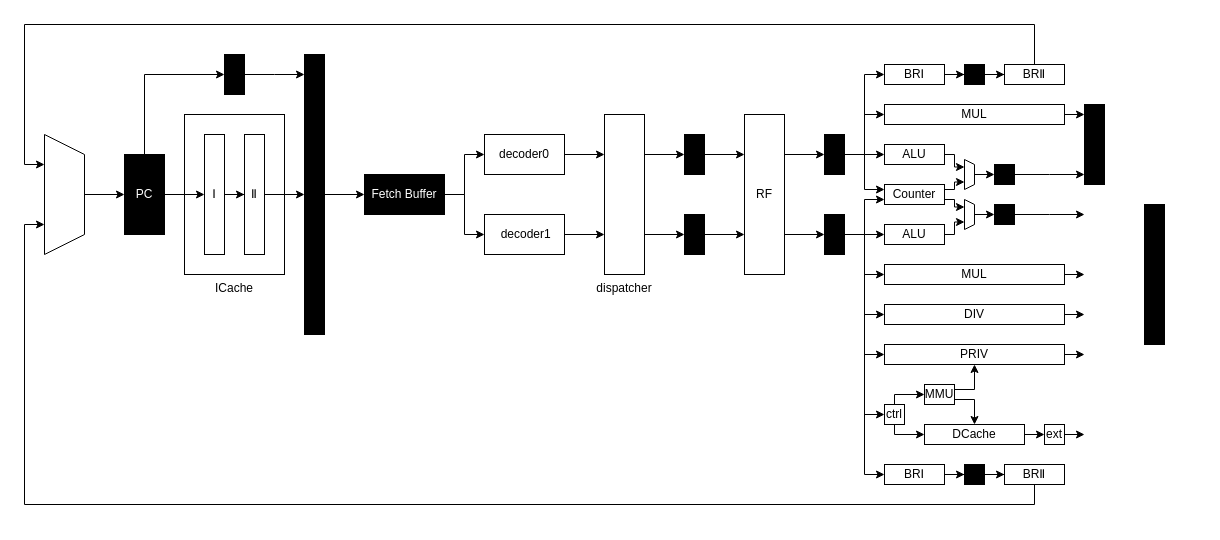
This is 未命名绘图4.drawio from caochenrui/Draw.io, a draw.io file, before an edit. Source tidied: cells renumbered, new cells numbered last; positions are measured from the earlier drawing's top-left corner, leaving out a move shared by most shapes. Both pictures are drawn from the tidied source at 100%, with x=0, y=0 at pixel (4, 24).
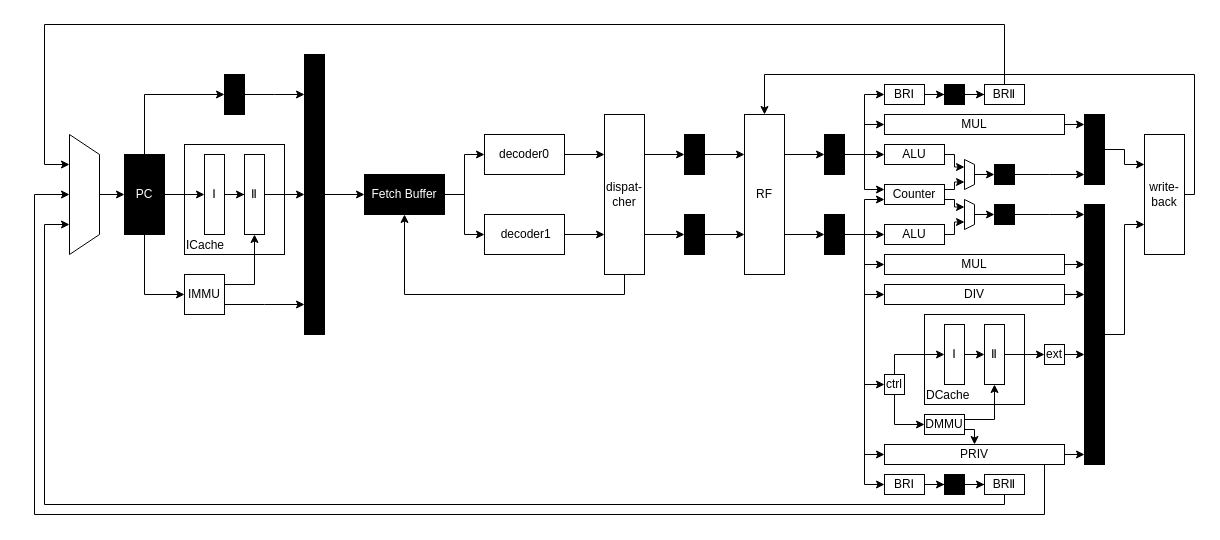
The same page after the edit.

Commit message (it also covers changes not shown here):
更新未命名绘图4.drawio

Unchanged cells that the change refers to:
```xml
<mxCell id="6" value="PC" style="rounded=0;whiteSpace=wrap;html=1;fillColor=#000000;fontColor=#FFFFFF;" parent="1" vertex="1">
  <mxGeometry x="120" y="130" width="40" height="80" as="geometry" />
</mxCell>
<mxCell id="16" value="Fetch Buffer" style="whiteSpace=wrap;html=1;fillColor=#000000;rounded=0;fontColor=#FFFFFF;" parent="1" vertex="1">
  <mxGeometry x="360" y="150" width="80" height="40" as="geometry" />
</mxCell>
<mxCell id="30" value="RF" style="rounded=0;whiteSpace=wrap;html=1;" parent="1" vertex="1">
  <mxGeometry x="740" y="90" width="40" height="160" as="geometry" />
</mxCell>
<mxCell id="43" style="whiteSpace=wrap;html=1;fillColor=#000000;fontColor=default;rounded=0;" parent="1" vertex="1">
  <mxGeometry x="820" y="190" width="20" height="40" as="geometry" />
</mxCell>
```

What changed in the source:
```diff
@@
     <mxCell id="3" style="shape=trapezoid;perimeter=trapezoidPerimeter;whiteSpace=wrap;html=1;fixedSize=1;rotation=90;" parent="1" vertex="1">
-      <mxGeometry y="150" width="120" height="40" as="geometry" />
+      <mxGeometry x="20" y="155" width="120" height="30" as="geometry" />
     </mxCell>
@@
+    <mxCell id="93" style="edgeStyle=orthogonalEdgeStyle;rounded=0;jettySize=auto;html=1;exitX=0.5;exitY=1;exitDx=0;exitDy=0;entryX=0;entryY=0.5;entryDx=0;entryDy=0;" parent="1" edge="1" source="6" target="104">
+      <mxGeometry relative="1" as="geometry" />
+    </mxCell>
-    <mxCell id="5" style="edgeStyle=orthogonalEdgeStyle;rounded=0;jettySize=auto;html=1;exitX=0.5;exitY=0;exitDx=0;exitDy=0;" parent="1" edge="1" source="6" target="90">
-      <mxGeometry relative="1" as="geometry">
-        <Array as="points">
-          <mxPoint x="140" y="50" />
-        </Array>
-      </mxGeometry>
+    <mxCell id="5" style="edgeStyle=orthogonalEdgeStyle;rounded=0;jettySize=auto;html=1;exitX=0.5;exitY=0;exitDx=0;exitDy=0;entryX=0;entryY=0.5;entryDx=0;entryDy=0;" parent="1" edge="1" source="6" target="90">
+      <mxGeometry relative="1" as="geometry" />
     </mxCell>
@@
-    <mxCell id="7" value="ICache" style="rounded=0;whiteSpace=wrap;html=1;fillColor=none;fontColor=default;labelBackgroundColor=none;labelPosition=center;verticalLabelPosition=bottom;align=center;verticalAlign=top;" parent="1" vertex="1">
-      <mxGeometry x="180" y="90" width="100" height="160" as="geometry" />
+    <mxCell id="7" value="ICache" style="rounded=0;whiteSpace=wrap;html=1;fillColor=none;fontColor=default;labelBackgroundColor=none;labelPosition=center;verticalLabelPosition=middle;align=left;verticalAlign=bottom;" parent="1" vertex="1">
+      <mxGeometry x="180" y="120" width="100" height="110" as="geometry" />
     </mxCell>
@@
     <mxCell id="9" value="Ⅰ" style="whiteSpace=wrap;html=1;fillColor=default;fontColor=default;rounded=0;" parent="1" vertex="1">
-      <mxGeometry x="200" y="110" width="20" height="120" as="geometry" />
+      <mxGeometry x="200" y="130" width="20" height="80" as="geometry" />
     </mxCell>
@@
     <mxCell id="11" value="Ⅱ" style="whiteSpace=wrap;html=1;fillColor=default;fontColor=default;rounded=0;" parent="1" vertex="1">
-      <mxGeometry x="240" y="110" width="20" height="120" as="geometry" />
+      <mxGeometry x="240" y="130" width="20" height="80" as="geometry" />
     </mxCell>
@@
+    <mxCell id="94" style="edgeStyle=orthogonalEdgeStyle;rounded=0;jettySize=auto;html=1;exitX=0.5;exitY=1;exitDx=0;exitDy=0;entryX=0.5;entryY=1;entryDx=0;entryDy=0;" parent="1" edge="1" source="23" target="16">
+      <mxGeometry relative="1" as="geometry" />
+    </mxCell>
-    <mxCell id="23" value="dispatcher" style="whiteSpace=wrap;html=1;rounded=0;labelPosition=center;verticalLabelPosition=bottom;align=center;verticalAlign=top;" parent="1" vertex="1">
+    <mxCell id="23" value="dispat-&lt;br&gt;cher" style="whiteSpace=wrap;html=1;rounded=0;labelPosition=center;verticalLabelPosition=middle;align=center;verticalAlign=middle;" parent="1" vertex="1">
       <mxGeometry x="600" y="90" width="40" height="160" as="geometry" />
     </mxCell>
@@
-    <mxCell id="41" style="edgeStyle=orthogonalEdgeStyle;rounded=0;jettySize=auto;html=1;exitX=1;exitY=0.5;exitDx=0;exitDy=0;" parent="1" edge="1" source="43">
-      <mxGeometry relative="1" as="geometry">
-        <mxPoint x="880" y="390" as="targetPoint" />
-        <Array as="points">
-          <mxPoint x="860" y="210" />
-          <mxPoint x="860" y="390" />
-        </Array>
-      </mxGeometry>
-    </mxCell>
@@
+    <mxCell id="95" style="edgeStyle=orthogonalEdgeStyle;rounded=0;jettySize=auto;html=1;exitX=1;exitY=0.5;exitDx=0;exitDy=0;entryX=0;entryY=0.5;entryDx=0;entryDy=0;" parent="1" edge="1" source="43" target="88">
+      <mxGeometry relative="1" as="geometry" />
+    </mxCell>
@@
     <mxCell id="47" value="BRⅠ" style="rounded=0;whiteSpace=wrap;html=1;" parent="1" vertex="1">
-      <mxGeometry x="880" y="40" width="60" height="20" as="geometry" />
+      <mxGeometry x="880" y="60" width="40" height="20" as="geometry" />
     </mxCell>
@@
     <mxCell id="51" style="whiteSpace=wrap;html=1;fillColor=#000000;fontColor=default;rounded=0;" parent="1" vertex="1">
-      <mxGeometry x="960" y="40" width="20" height="20" as="geometry" />
+      <mxGeometry x="940" y="60" width="20" height="20" as="geometry" />
     </mxCell>
     <mxCell id="52" style="edgeStyle=orthogonalEdgeStyle;rounded=0;jettySize=auto;html=1;exitX=1;exitY=0.5;exitDx=0;exitDy=0;" parent="1" edge="1" source="53">
       <mxGeometry relative="1" as="geometry">
-        <mxPoint x="1080" y="90" as="targetPoint" />
+        <mxPoint x="1080" y="100" as="targetPoint" />
       </mxGeometry>
     </mxCell>
     <mxCell id="53" value="MUL" style="rounded=0;whiteSpace=wrap;html=1;" parent="1" vertex="1">
-      <mxGeometry x="880" y="80" width="180" height="20" as="geometry" />
+      <mxGeometry x="880" y="90" width="180" height="20" as="geometry" />
     </mxCell>
     <mxCell id="54" style="edgeStyle=orthogonalEdgeStyle;rounded=0;jettySize=auto;html=1;exitX=0.5;exitY=0;exitDx=0;exitDy=0;entryX=0.25;entryY=1;entryDx=0;entryDy=0;" parent="1" edge="1" source="55" target="3">
       <mxGeometry relative="1" as="geometry">
         <Array as="points">
-          <mxPoint x="1030" />
-          <mxPoint x="20" />
-          <mxPoint x="20" y="140" />
+          <mxPoint x="1000" />
+          <mxPoint x="40" />
+          <mxPoint x="40" y="140" />
         </Array>
       </mxGeometry>
     </mxCell>
     <mxCell id="55" value="BRⅡ" style="rounded=0;whiteSpace=wrap;html=1;" parent="1" vertex="1">
-      <mxGeometry x="1000" y="40" width="60" height="20" as="geometry" />
+      <mxGeometry x="980" y="60" width="40" height="20" as="geometry" />
     </mxCell>
+    <mxCell id="96" style="edgeStyle=orthogonalEdgeStyle;rounded=0;jettySize=auto;html=1;exitX=1;exitY=0.5;exitDx=0;exitDy=0;entryX=0;entryY=0.25;entryDx=0;entryDy=0;" parent="1" edge="1" source="56" target="110">
+      <mxGeometry relative="1" as="geometry" />
+    </mxCell>
     <mxCell id="56" style="whiteSpace=wrap;html=1;fillColor=#000000;fontColor=default;rounded=0;" parent="1" vertex="1">
-      <mxGeometry x="1080" y="80" width="20" height="80" as="geometry" />
+      <mxGeometry x="1080" y="90" width="20" height="70" as="geometry" />
     </mxCell>
@@
     <mxCell id="58" value="BRⅠ" style="rounded=0;whiteSpace=wrap;html=1;" parent="1" vertex="1">
-      <mxGeometry x="880" y="440" width="60" height="20" as="geometry" />
+      <mxGeometry x="880" y="450" width="40" height="20" as="geometry" />
     </mxCell>
@@
     <mxCell id="60" style="whiteSpace=wrap;html=1;fillColor=#000000;fontColor=default;rounded=0;" parent="1" vertex="1">
-      <mxGeometry x="960" y="440" width="20" height="20" as="geometry" />
+      <mxGeometry x="940" y="450" width="20" height="20" as="geometry" />
     </mxCell>
     <mxCell id="61" style="edgeStyle=orthogonalEdgeStyle;rounded=0;jettySize=auto;html=1;exitX=0.5;exitY=1;exitDx=0;exitDy=0;entryX=0.75;entryY=1;entryDx=0;entryDy=0;" parent="1" edge="1" source="62" target="3">
-      <mxGeometry relative="1" as="geometry" />
+      <mxGeometry relative="1" as="geometry">
+        <Array as="points">
+          <mxPoint x="1000" y="480" />
+          <mxPoint x="40" y="480" />
+          <mxPoint x="40" y="200" />
+        </Array>
+      </mxGeometry>
     </mxCell>
     <mxCell id="62" value="BRⅡ" style="rounded=0;whiteSpace=wrap;html=1;" parent="1" vertex="1">
-      <mxGeometry x="1000" y="440" width="60" height="20" as="geometry" />
+      <mxGeometry x="980" y="450" width="40" height="20" as="geometry" />
     </mxCell>
     <mxCell id="63" style="edgeStyle=orthogonalEdgeStyle;rounded=0;jettySize=auto;html=1;exitX=1;exitY=0.5;exitDx=0;exitDy=0;" parent="1" edge="1" source="64">
       <mxGeometry relative="1" as="geometry">
-        <mxPoint x="1080" y="250" as="targetPoint" />
+        <mxPoint x="1080" y="240" as="targetPoint" />
       </mxGeometry>
     </mxCell>
     <mxCell id="64" value="MUL" style="rounded=0;whiteSpace=wrap;html=1;" parent="1" vertex="1">
-      <mxGeometry x="880" y="240" width="180" height="20" as="geometry" />
+      <mxGeometry x="880" y="230" width="180" height="20" as="geometry" />
     </mxCell>
     <mxCell id="65" style="edgeStyle=orthogonalEdgeStyle;rounded=0;jettySize=auto;html=1;exitX=1;exitY=0.5;exitDx=0;exitDy=0;" parent="1" edge="1" source="66">
       <mxGeometry relative="1" as="geometry">
-        <mxPoint x="1080" y="289.9" as="targetPoint" />
+        <mxPoint x="1080" y="269.9" as="targetPoint" />
       </mxGeometry>
     </mxCell>
     <mxCell id="66" value="DIV" style="rounded=0;whiteSpace=wrap;html=1;" parent="1" vertex="1">
-      <mxGeometry x="880" y="280" width="180" height="20" as="geometry" />
+      <mxGeometry x="880" y="260" width="180" height="20" as="geometry" />
     </mxCell>
     <mxCell id="67" style="edgeStyle=orthogonalEdgeStyle;rounded=0;jettySize=auto;html=1;exitX=1;exitY=0.5;exitDx=0;exitDy=0;" parent="1" edge="1" source="68">
       <mxGeometry relative="1" as="geometry">
-        <mxPoint x="1080" y="329.9" as="targetPoint" />
+        <mxPoint x="1080" y="430" as="targetPoint" />
       </mxGeometry>
     </mxCell>
+    <mxCell id="97" style="edgeStyle=orthogonalEdgeStyle;rounded=0;jettySize=auto;html=1;entryX=0.5;entryY=1;entryDx=0;entryDy=0;" parent="1" edge="1" source="68" target="3">
+      <mxGeometry relative="1" as="geometry">
+        <Array as="points">
+          <mxPoint x="1040" y="490" />
+          <mxPoint x="30" y="490" />
+          <mxPoint x="30" y="170" />
+        </Array>
+      </mxGeometry>
+    </mxCell>
     <mxCell id="68" value="PRIV" style="rounded=0;whiteSpace=wrap;html=1;" parent="1" vertex="1">
-      <mxGeometry x="880" y="320" width="180" height="20" as="geometry" />
+      <mxGeometry x="880" y="420" width="180" height="20" as="geometry" />
     </mxCell>
@@
+    <mxCell id="98" style="edgeStyle=orthogonalEdgeStyle;rounded=0;jettySize=auto;html=1;exitX=1;exitY=0.5;exitDx=0;exitDy=0;entryX=0;entryY=0.75;entryDx=0;entryDy=0;" parent="1" edge="1" source="73" target="110">
+      <mxGeometry relative="1" as="geometry" />
+    </mxCell>
     <mxCell id="73" style="whiteSpace=wrap;html=1;fillColor=#000000;fontColor=default;rounded=0;" parent="1" vertex="1">
-      <mxGeometry x="1140" y="180" width="20" height="140" as="geometry" />
+      <mxGeometry x="1080" y="180" width="20" height="260" as="geometry" />
     </mxCell>
@@
-    <mxCell id="81" style="edgeStyle=orthogonalEdgeStyle;rounded=0;jettySize=auto;html=1;exitX=1;exitY=0.5;exitDx=0;exitDy=0;entryX=0;entryY=0.5;entryDx=0;entryDy=0;" parent="1" edge="1" source="82" target="92">
-      <mxGeometry relative="1" as="geometry" />
-    </mxCell>
-    <mxCell id="82" value="DCache" style="rounded=0;whiteSpace=wrap;html=1;" parent="1" vertex="1">
-      <mxGeometry x="920" y="400" width="100" height="20" as="geometry" />
+    <mxCell id="82" value="DCache" style="rounded=0;whiteSpace=wrap;html=1;labelPosition=center;verticalLabelPosition=middle;align=left;verticalAlign=bottom;fillColor=none;" parent="1" vertex="1">
+      <mxGeometry x="920" y="290" width="100" height="90" as="geometry" />
     </mxCell>
+    <mxCell id="99" style="edgeStyle=orthogonalEdgeStyle;rounded=0;jettySize=auto;html=1;exitX=1;exitY=0.25;exitDx=0;exitDy=0;entryX=0.5;entryY=1;entryDx=0;entryDy=0;" parent="1" edge="1" source="85" target="108">
+      <mxGeometry relative="1" as="geometry" />
+    </mxCell>
-    <mxCell id="83" style="edgeStyle=orthogonalEdgeStyle;rounded=0;jettySize=auto;html=1;exitX=1;exitY=0.25;exitDx=0;exitDy=0;entryX=0.5;entryY=1;entryDx=0;entryDy=0;" parent="1" edge="1" source="85" target="68">
-      <mxGeometry x="0.11" y="-10" relative="1" as="geometry" />
+    <mxCell id="83" style="edgeStyle=orthogonalEdgeStyle;rounded=0;jettySize=auto;html=1;exitX=1;exitY=0.75;exitDx=0;exitDy=0;entryX=0.5;entryY=0;entryDx=0;entryDy=0;" parent="1" edge="1" source="85" target="68">
+      <mxGeometry relative="1" as="geometry" />
     </mxCell>
-    <mxCell id="84" style="edgeStyle=orthogonalEdgeStyle;rounded=0;jettySize=auto;html=1;exitX=1;exitY=0.75;exitDx=0;exitDy=0;entryX=0.5;entryY=0;entryDx=0;entryDy=0;" parent="1" edge="1" source="85" target="82">
-      <mxGeometry relative="1" as="geometry" />
-    </mxCell>
-    <mxCell id="85" value="MMU" style="rounded=0;whiteSpace=wrap;html=1;" parent="1" vertex="1">
-      <mxGeometry x="920" y="360" width="30" height="20" as="geometry" />
+    <mxCell id="85" value="DMMU" style="rounded=0;whiteSpace=wrap;html=1;" parent="1" vertex="1">
+      <mxGeometry x="920" y="390" width="40" height="20" as="geometry" />
     </mxCell>
-    <mxCell id="86" style="edgeStyle=orthogonalEdgeStyle;rounded=0;jettySize=auto;html=1;exitX=0.5;exitY=0;exitDx=0;exitDy=0;entryX=0;entryY=0.5;entryDx=0;entryDy=0;" parent="1" edge="1" source="88" target="85">
-      <mxGeometry relative="1" as="geometry">
-        <Array as="points">
-          <mxPoint x="890" y="370" />
-        </Array>
-      </mxGeometry>
+    <mxCell id="86" style="edgeStyle=orthogonalEdgeStyle;rounded=0;jettySize=auto;html=1;exitX=0.5;exitY=1;exitDx=0;exitDy=0;entryX=0;entryY=0.5;entryDx=0;entryDy=0;" parent="1" edge="1" source="88" target="85">
+      <mxGeometry relative="1" as="geometry" />
     </mxCell>
-    <mxCell id="87" style="edgeStyle=orthogonalEdgeStyle;rounded=0;jettySize=auto;html=1;exitX=0.5;exitY=1;exitDx=0;exitDy=0;entryX=0;entryY=0.5;entryDx=0;entryDy=0;" parent="1" edge="1" source="88" target="82">
-      <mxGeometry relative="1" as="geometry">
-        <Array as="points">
-          <mxPoint x="890" y="410" />
-        </Array>
-      </mxGeometry>
-    </mxCell>
+    <mxCell id="100" style="edgeStyle=orthogonalEdgeStyle;rounded=0;jettySize=auto;html=1;exitX=0.5;exitY=0;exitDx=0;exitDy=0;entryX=0;entryY=0.5;entryDx=0;entryDy=0;" parent="1" edge="1" source="88" target="106">
+      <mxGeometry relative="1" as="geometry" />
+    </mxCell>
     <mxCell id="88" value="ctrl" style="rounded=0;whiteSpace=wrap;html=1;labelPosition=center;verticalLabelPosition=middle;align=center;verticalAlign=middle;" parent="1" vertex="1">
-      <mxGeometry x="880" y="380" width="20" height="20" as="geometry" />
+      <mxGeometry x="880" y="350" width="20" height="20" as="geometry" />
     </mxCell>
     <mxCell id="89" style="edgeStyle=orthogonalEdgeStyle;rounded=0;jettySize=auto;html=1;exitX=1;exitY=0.5;exitDx=0;exitDy=0;" parent="1" edge="1" source="90">
       <mxGeometry relative="1" as="geometry">
-        <mxPoint x="300" y="50" as="targetPoint" />
+        <mxPoint x="300" y="70" as="targetPoint" />
       </mxGeometry>
     </mxCell>
     <mxCell id="90" style="rounded=0;whiteSpace=wrap;html=1;fillColor=#000000;" parent="1" vertex="1">
-      <mxGeometry x="220" y="30" width="20" height="40" as="geometry" />
+      <mxGeometry x="220" y="50" width="20" height="40" as="geometry" />
     </mxCell>
-    <mxCell id="91" style="edgeStyle=orthogonalEdgeStyle;rounded=0;jettySize=auto;html=1;exitX=1;exitY=0.5;exitDx=0;exitDy=0;" parent="1" edge="1" source="92">
-      <mxGeometry relative="1" as="geometry">
-        <mxPoint x="1080" y="410" as="targetPoint" />
-      </mxGeometry>
-    </mxCell>
+    <mxCell id="101" style="edgeStyle=orthogonalEdgeStyle;rounded=0;jettySize=auto;html=1;exitX=1;exitY=0.5;exitDx=0;exitDy=0;" parent="1" edge="1" source="92">
+      <mxGeometry relative="1" as="geometry">
+        <mxPoint x="1080" y="330" as="targetPoint" />
+      </mxGeometry>
+    </mxCell>
     <mxCell id="92" value="ext" style="rounded=0;whiteSpace=wrap;html=1;labelPosition=center;verticalLabelPosition=middle;align=center;verticalAlign=middle;" parent="1" vertex="1">
-      <mxGeometry x="1040" y="400" width="20" height="20" as="geometry" />
+      <mxGeometry x="1040" y="320" width="20" height="20" as="geometry" />
     </mxCell>
+    <mxCell id="102" style="edgeStyle=orthogonalEdgeStyle;rounded=0;jettySize=auto;html=1;exitX=1;exitY=0.25;exitDx=0;exitDy=0;entryX=0.5;entryY=1;entryDx=0;entryDy=0;" parent="1" edge="1" source="104" target="11">
+      <mxGeometry relative="1" as="geometry" />
+    </mxCell>
+    <mxCell id="103" style="edgeStyle=orthogonalEdgeStyle;rounded=0;jettySize=auto;html=1;exitX=1;exitY=0.75;exitDx=0;exitDy=0;" parent="1" edge="1" source="104">
+      <mxGeometry relative="1" as="geometry">
+        <mxPoint x="300" y="280" as="targetPoint" />
+      </mxGeometry>
+    </mxCell>
+    <mxCell id="104" value="IMMU" style="rounded=0;whiteSpace=wrap;html=1;" parent="1" vertex="1">
+      <mxGeometry x="180" y="250" width="40" height="40" as="geometry" />
+    </mxCell>
+    <mxCell id="105" style="edgeStyle=orthogonalEdgeStyle;rounded=0;jettySize=auto;html=1;exitX=1;exitY=0.5;exitDx=0;exitDy=0;entryX=0;entryY=0.5;entryDx=0;entryDy=0;" parent="1" edge="1" source="106" target="108">
+      <mxGeometry relative="1" as="geometry" />
+    </mxCell>
+    <mxCell id="106" value="Ⅰ" style="rounded=0;whiteSpace=wrap;html=1;" parent="1" vertex="1">
+      <mxGeometry x="940" y="300" width="20" height="60" as="geometry" />
+    </mxCell>
+    <mxCell id="107" style="edgeStyle=orthogonalEdgeStyle;rounded=0;jettySize=auto;html=1;" parent="1" edge="1" source="108" target="92">
+      <mxGeometry relative="1" as="geometry" />
+    </mxCell>
+    <mxCell id="108" value="Ⅱ" style="rounded=0;whiteSpace=wrap;html=1;" parent="1" vertex="1">
+      <mxGeometry x="980" y="300" width="20" height="60" as="geometry" />
+    </mxCell>
+    <mxCell id="109" style="edgeStyle=orthogonalEdgeStyle;rounded=0;jettySize=auto;html=1;exitX=1;exitY=0.5;exitDx=0;exitDy=0;" parent="1" edge="1" source="110" target="30">
+      <mxGeometry relative="1" as="geometry">
+        <Array as="points">
+          <mxPoint x="1190" y="170" />
+          <mxPoint x="1190" y="50" />
+          <mxPoint x="760" y="50" />
+        </Array>
+      </mxGeometry>
+    </mxCell>
+    <mxCell id="110" value="write-&lt;br&gt;back" style="rounded=0;whiteSpace=wrap;html=1;" parent="1" vertex="1">
+      <mxGeometry x="1140" y="110" width="40" height="120" as="geometry" />
+    </mxCell>
```
